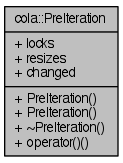
The Graphviz diagram documentation/classcola_1_1PreIteration__coll__graph.png in mjwybrow/adaptagrams, before a commit. Its source is kept beside it as documentation/classcola_1_1PreIteration__coll__graph.dot. The source it was exported from:
```dot
digraph "cola::PreIteration"
{
  edge [fontname="Helvetica",fontsize="10",labelfontname="Helvetica",labelfontsize="10"];
  node [fontname="Helvetica",fontsize="10",shape=record];
  Node1 [label="{cola::PreIteration\n|+ locks\l+ resizes\l+ changed\l|+ PreIteration()\l+ PreIteration()\l+ ~PreIteration()\l+ operator()()\l}",height=0.2,width=0.4,color="black", fillcolor="grey75", style="filled" fontcolor="black"];
}
```
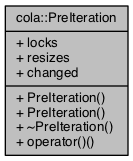
The same file after the commit.

Change to the diagram source:
```diff
@@ -2,5 +2,5 @@
 {
   edge [fontname="Helvetica",fontsize="10",labelfontname="Helvetica",labelfontsize="10"];
   node [fontname="Helvetica",fontsize="10",shape=record];
-  Node1 [label="{cola::PreIteration\n|+ locks\l+ resizes\l+ changed\l|+ PreIteration()\l+ PreIteration()\l+ ~PreIteration()\l+ operator()()\l}",height=0.2,width=0.4,color="black", fillcolor="grey75", style="filled" fontcolor="black"];
+  Node1 [label="{cola::PreIteration\n|+ locks\l+ resizes\l+ changed\l|+ PreIteration()\l+ PreIteration()\l+ ~PreIteration()\l+ operator()()\l}",height=0.2,width=0.4,color="black", fillcolor="grey75", style="filled", fontcolor="black"];
 }
```
